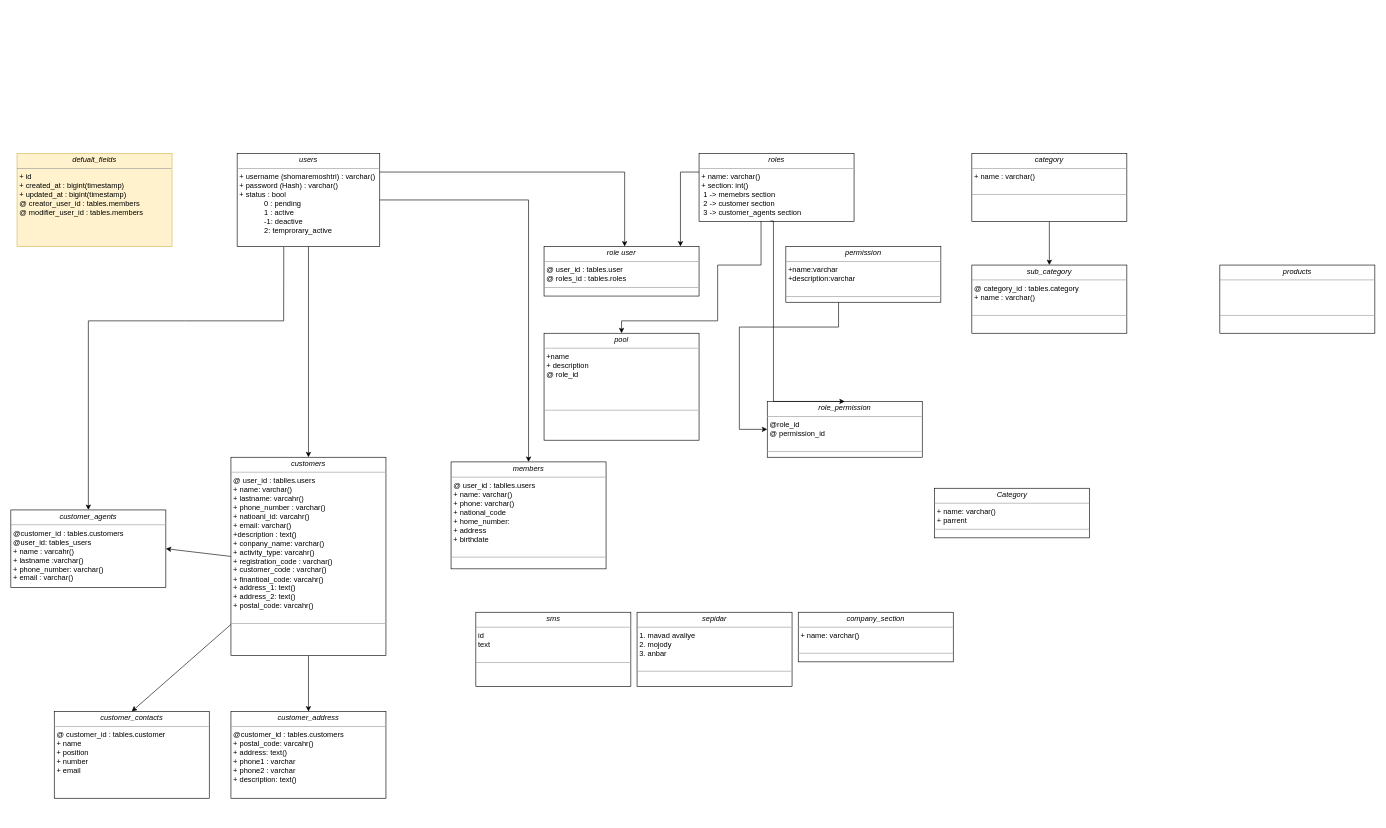
The draw.io diagram negarhak.drawio in MeysamRT76/negarhak-db-uml, before the edit. Source tidied: cells renumbered, new cells numbered last; positions are measured from the earlier drawing's top-left corner, leaving out a move shared by most shapes. Both pictures are drawn from the tidied source at 62%, with x=0, y=0 at pixel (11, 153).
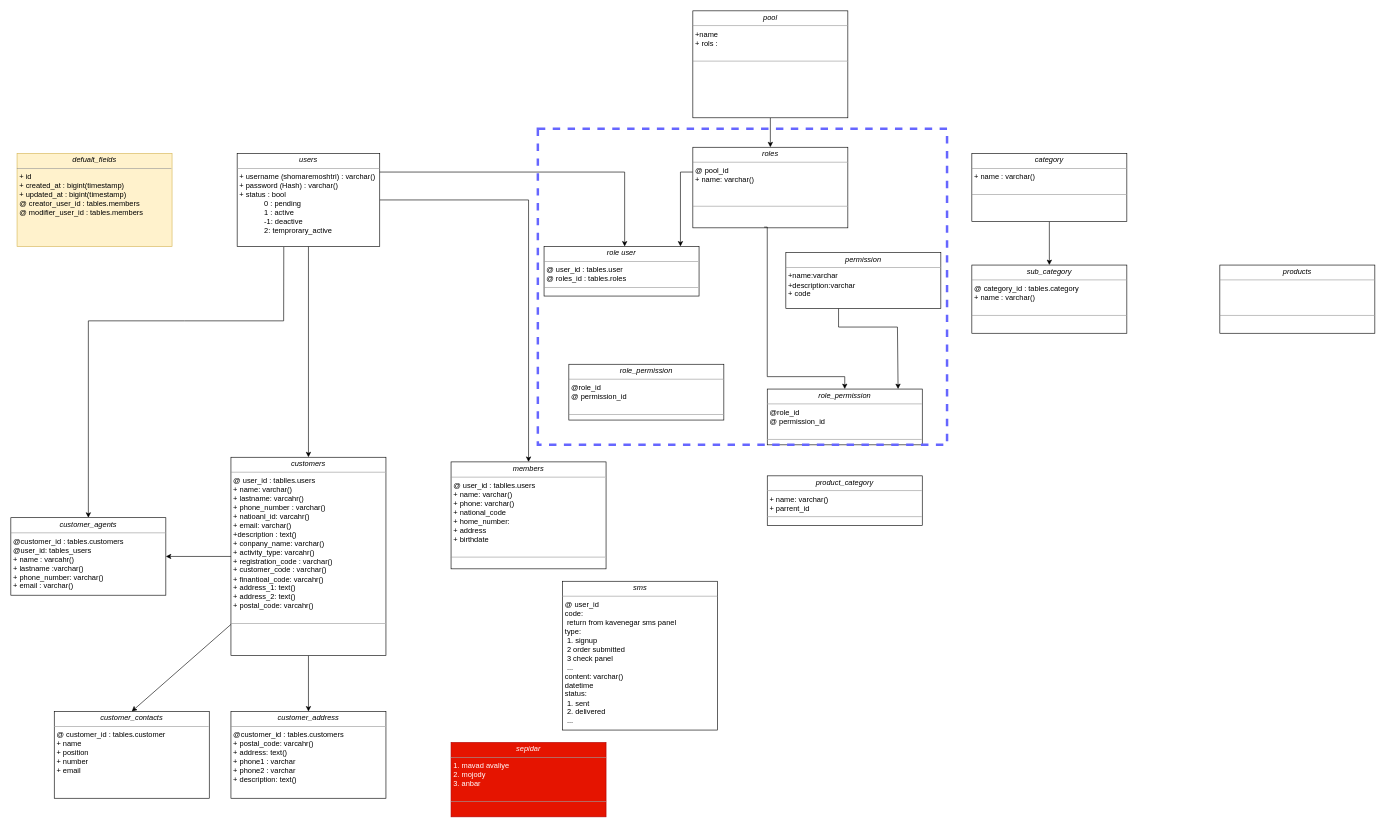
The same page after the edit.

What changed in the source:
```diff
@@
-    <mxCell id="8" value="&lt;p style=&quot;margin:0px;margin-top:4px;text-align:center;&quot;&gt;&lt;i&gt;roles&lt;/i&gt;&lt;/p&gt;&lt;hr size=&quot;1&quot;&gt;&lt;p style=&quot;margin:0px;margin-left:4px;&quot;&gt;&lt;span style=&quot;background-color: initial;&quot;&gt;+ name: varchar()&lt;/span&gt;&lt;/p&gt;&lt;p style=&quot;margin:0px;margin-left:4px;&quot;&gt;&lt;span style=&quot;background-color: initial;&quot;&gt;+ section: int()&lt;/span&gt;&lt;/p&gt;&lt;p style=&quot;margin:0px;margin-left:4px;&quot;&gt;&lt;span style=&quot;background-color: initial;&quot;&gt;&lt;span style=&quot;white-space: pre;&quot;&gt; &lt;/span&gt;1 -&amp;gt; memebrs section&lt;br&gt;&lt;/span&gt;&lt;/p&gt;&lt;p style=&quot;margin:0px;margin-left:4px;&quot;&gt;&lt;span style=&quot;background-color: initial;&quot;&gt;&lt;span style=&quot;white-space: pre;&quot;&gt; &lt;/span&gt;2 -&amp;gt; customer section&lt;br&gt;&lt;/span&gt;&lt;/p&gt;&lt;p style=&quot;margin:0px;margin-left:4px;&quot;&gt;&lt;span style=&quot;background-color: initial;&quot;&gt;&lt;span style=&quot;white-space: pre;&quot;&gt; &lt;/span&gt;3 -&amp;gt; customer_agents section&lt;br&gt;&lt;/span&gt;&lt;/p&gt;&lt;p style=&quot;margin:0px;margin-left:4px;&quot;&gt;&lt;br&gt;&lt;/p&gt;&lt;hr size=&quot;1&quot;&gt;&lt;p style=&quot;margin:0px;margin-left:4px;&quot;&gt;&lt;br&gt;&lt;/p&gt;" style="verticalAlign=top;align=left;overflow=fill;fontSize=12;fontFamily=Helvetica;html=1;rounded=0;shadow=0;comic=0;labelBackgroundColor=none;strokeWidth=1;" parent="1" vertex="1">
-      <mxGeometry x="1110" width="250" height="110" as="geometry" />
+    <mxCell id="8" value="&lt;p style=&quot;margin:0px;margin-top:4px;text-align:center;&quot;&gt;&lt;i&gt;roles&lt;/i&gt;&lt;/p&gt;&lt;hr size=&quot;1&quot;&gt;&lt;p style=&quot;margin:0px;margin-left:4px;&quot;&gt;&lt;span style=&quot;background-color: initial;&quot;&gt;@ pool_id&lt;/span&gt;&lt;/p&gt;&lt;p style=&quot;margin:0px;margin-left:4px;&quot;&gt;&lt;span style=&quot;background-color: initial;&quot;&gt;+ name: varchar()&lt;/span&gt;&lt;/p&gt;&lt;p style=&quot;margin:0px;margin-left:4px;&quot;&gt;&lt;br&gt;&lt;/p&gt;&lt;p style=&quot;margin:0px;margin-left:4px;&quot;&gt;&lt;br&gt;&lt;/p&gt;&lt;hr size=&quot;1&quot;&gt;&lt;p style=&quot;margin:0px;margin-left:4px;&quot;&gt;&lt;br&gt;&lt;/p&gt;" style="verticalAlign=top;align=left;overflow=fill;fontSize=12;fontFamily=Helvetica;html=1;rounded=0;shadow=0;comic=0;labelBackgroundColor=none;strokeWidth=1;" parent="1" vertex="1">
+      <mxGeometry x="1100" y="-10" width="250" height="130" as="geometry" />
     </mxCell>
@@
     <mxCell id="13" value="&lt;p style=&quot;margin:0px;margin-top:4px;text-align:center;&quot;&gt;&lt;i&gt;customer_agents&lt;/i&gt;&lt;/p&gt;&lt;hr size=&quot;1&quot;&gt;&lt;p style=&quot;margin:0px;margin-left:4px;&quot;&gt;@customer_id : tables.customers&lt;/p&gt;&lt;p style=&quot;margin:0px;margin-left:4px;&quot;&gt;@user_id: tables_users&lt;/p&gt;&lt;p style=&quot;margin:0px;margin-left:4px;&quot;&gt;+ name : varcahr()&lt;/p&gt;&lt;p style=&quot;margin:0px;margin-left:4px;&quot;&gt;+ lastname :varchar()&lt;/p&gt;&lt;p style=&quot;margin:0px;margin-left:4px;&quot;&gt;+ phone_number: varchar()&lt;/p&gt;&lt;p style=&quot;margin:0px;margin-left:4px;&quot;&gt;+ email : varchar()&lt;/p&gt;&lt;p style=&quot;margin:0px;margin-left:4px;&quot;&gt;&lt;br&gt;&lt;/p&gt;&lt;p style=&quot;margin:0px;margin-left:4px;&quot;&gt;&lt;br&gt;&lt;/p&gt;" style="verticalAlign=top;align=left;overflow=fill;fontSize=12;fontFamily=Helvetica;html=1;rounded=0;shadow=0;comic=0;labelBackgroundColor=none;strokeWidth=1;" parent="1" vertex="1">
-      <mxGeometry y="575" width="250" height="125" as="geometry" />
+      <mxGeometry y="587.5" width="250" height="125" as="geometry" />
     </mxCell>
@@
-    <mxCell id="21" value="&lt;p style=&quot;margin:0px;margin-top:4px;text-align:center;&quot;&gt;&lt;i&gt;company_section&lt;/i&gt;&lt;/p&gt;&lt;hr size=&quot;1&quot;&gt;&lt;p style=&quot;margin:0px;margin-left:4px;&quot;&gt;&lt;span style=&quot;background-color: initial;&quot;&gt;+ name: varchar()&lt;/span&gt;&lt;/p&gt;&lt;p style=&quot;margin:0px;margin-left:4px;&quot;&gt;&lt;br&gt;&lt;/p&gt;&lt;hr size=&quot;1&quot;&gt;&lt;p style=&quot;margin:0px;margin-left:4px;&quot;&gt;&lt;br&gt;&lt;/p&gt;" style="verticalAlign=top;align=left;overflow=fill;fontSize=12;fontFamily=Helvetica;html=1;rounded=0;shadow=0;comic=0;labelBackgroundColor=none;strokeWidth=1;" parent="1" vertex="1">
-      <mxGeometry x="1270" y="740" width="250" height="80" as="geometry" />
-    </mxCell>
-    <mxCell id="22" value="&lt;p style=&quot;margin:0px;margin-top:4px;text-align:center;&quot;&gt;&lt;i&gt;Category&lt;/i&gt;&lt;/p&gt;&lt;hr size=&quot;1&quot;&gt;&lt;p style=&quot;margin:0px;margin-left:4px;&quot;&gt;&lt;span style=&quot;background-color: initial;&quot;&gt;+ name: varchar()&lt;/span&gt;&lt;/p&gt;&lt;p style=&quot;margin:0px;margin-left:4px;&quot;&gt;+ parrent&lt;/p&gt;&lt;hr size=&quot;1&quot;&gt;&lt;p style=&quot;margin:0px;margin-left:4px;&quot;&gt;&lt;br&gt;&lt;/p&gt;" style="verticalAlign=top;align=left;overflow=fill;fontSize=12;fontFamily=Helvetica;html=1;rounded=0;shadow=0;comic=0;labelBackgroundColor=none;strokeWidth=1;" parent="1" vertex="1">
-      <mxGeometry x="1490" y="540" width="250" height="80" as="geometry" />
+    <mxCell id="22" value="&lt;p style=&quot;margin:0px;margin-top:4px;text-align:center;&quot;&gt;&lt;i&gt;product_category&lt;/i&gt;&lt;/p&gt;&lt;hr size=&quot;1&quot;&gt;&lt;p style=&quot;margin:0px;margin-left:4px;&quot;&gt;&lt;span style=&quot;background-color: initial;&quot;&gt;+ name: varchar()&lt;/span&gt;&lt;/p&gt;&lt;p style=&quot;margin:0px;margin-left:4px;&quot;&gt;+ parrent_id&lt;/p&gt;&lt;hr size=&quot;1&quot;&gt;&lt;p style=&quot;margin:0px;margin-left:4px;&quot;&gt;&lt;br&gt;&lt;/p&gt;" style="verticalAlign=top;align=left;overflow=fill;fontSize=12;fontFamily=Helvetica;html=1;rounded=0;shadow=0;comic=0;labelBackgroundColor=none;strokeWidth=1;" parent="1" vertex="1">
+      <mxGeometry x="1220" y="520" width="250" height="80" as="geometry" />
     </mxCell>
-    <mxCell id="23" value="&lt;p style=&quot;margin:0px;margin-top:4px;text-align:center;&quot;&gt;&lt;i&gt;sepidar&lt;/i&gt;&lt;/p&gt;&lt;hr size=&quot;1&quot;&gt;&lt;p style=&quot;margin:0px;margin-left:4px;&quot;&gt;1. mavad avaliye&lt;/p&gt;&lt;p style=&quot;margin:0px;margin-left:4px;&quot;&gt;2. mojody&lt;/p&gt;&lt;p style=&quot;margin:0px;margin-left:4px;&quot;&gt;3. anbar&lt;/p&gt;&lt;p style=&quot;margin:0px;margin-left:4px;&quot;&gt;&lt;br&gt;&lt;/p&gt;&lt;hr size=&quot;1&quot;&gt;&lt;p style=&quot;margin:0px;margin-left:4px;&quot;&gt;&lt;br&gt;&lt;/p&gt;" style="verticalAlign=top;align=left;overflow=fill;fontSize=12;fontFamily=Helvetica;html=1;rounded=0;shadow=0;comic=0;labelBackgroundColor=none;strokeWidth=1;" parent="1" vertex="1">
-      <mxGeometry x="1010" y="740" width="250" height="120" as="geometry" />
+    <mxCell id="23" value="&lt;p style=&quot;margin:0px;margin-top:4px;text-align:center;&quot;&gt;&lt;i&gt;sepidar&lt;/i&gt;&lt;/p&gt;&lt;hr size=&quot;1&quot;&gt;&lt;p style=&quot;margin:0px;margin-left:4px;&quot;&gt;1. mavad avaliye&lt;/p&gt;&lt;p style=&quot;margin:0px;margin-left:4px;&quot;&gt;2. mojody&lt;/p&gt;&lt;p style=&quot;margin:0px;margin-left:4px;&quot;&gt;3. anbar&lt;/p&gt;&lt;p style=&quot;margin:0px;margin-left:4px;&quot;&gt;&lt;br&gt;&lt;/p&gt;&lt;hr size=&quot;1&quot;&gt;&lt;p style=&quot;margin:0px;margin-left:4px;&quot;&gt;&lt;br&gt;&lt;/p&gt;" style="verticalAlign=top;align=left;overflow=fill;fontSize=12;fontFamily=Helvetica;html=1;rounded=0;shadow=0;comic=0;labelBackgroundColor=none;strokeWidth=1;fillColor=#e51400;fontColor=#ffffff;strokeColor=#B20000;" parent="1" vertex="1">
+      <mxGeometry x="710" y="950" width="250" height="120" as="geometry" />
     </mxCell>
-    <mxCell id="24" value="&lt;p style=&quot;margin:0px;margin-top:4px;text-align:center;&quot;&gt;&lt;i&gt;sms&lt;/i&gt;&lt;/p&gt;&lt;hr size=&quot;1&quot;&gt;&lt;p style=&quot;margin:0px;margin-left:4px;&quot;&gt;id&amp;nbsp;&lt;/p&gt;&lt;p style=&quot;margin:0px;margin-left:4px;&quot;&gt;text&lt;/p&gt;&lt;p style=&quot;margin:0px;margin-left:4px;&quot;&gt;&lt;br&gt;&lt;/p&gt;&lt;hr size=&quot;1&quot;&gt;&lt;p style=&quot;margin:0px;margin-left:4px;&quot;&gt;&lt;br&gt;&lt;/p&gt;" style="verticalAlign=top;align=left;overflow=fill;fontSize=12;fontFamily=Helvetica;html=1;rounded=0;shadow=0;comic=0;labelBackgroundColor=none;strokeWidth=1;" parent="1" vertex="1">
-      <mxGeometry x="750" y="740" width="250" height="120" as="geometry" />
+    <mxCell id="24" value="&lt;p style=&quot;margin:0px;margin-top:4px;text-align:center;&quot;&gt;&lt;i&gt;sms&lt;/i&gt;&lt;/p&gt;&lt;hr size=&quot;1&quot;&gt;&lt;p style=&quot;margin:0px;margin-left:4px;&quot;&gt;&lt;span style=&quot;background-color: initial;&quot;&gt;@ user_id&lt;/span&gt;&lt;/p&gt;&lt;p style=&quot;margin:0px;margin-left:4px;&quot;&gt;&lt;span style=&quot;background-color: initial;&quot;&gt;code:&amp;nbsp;&lt;/span&gt;&lt;br&gt;&lt;/p&gt;&lt;p style=&quot;margin:0px;margin-left:4px;&quot;&gt;&lt;span style=&quot;background-color: initial;&quot;&gt;&lt;span style=&quot;white-space: pre;&quot;&gt; &lt;/span&gt;return from kavenegar sms panel&lt;br&gt;&lt;/span&gt;&lt;/p&gt;&lt;p style=&quot;margin:0px;margin-left:4px;&quot;&gt;&lt;span style=&quot;background-color: initial;&quot;&gt;type:&amp;nbsp;&lt;/span&gt;&lt;/p&gt;&lt;p style=&quot;margin:0px;margin-left:4px;&quot;&gt;&lt;span style=&quot;background-color: initial;&quot;&gt;&lt;span style=&quot;white-space: pre;&quot;&gt; &lt;/span&gt;1. signup&lt;br&gt;&lt;/span&gt;&lt;/p&gt;&lt;p style=&quot;margin:0px;margin-left:4px;&quot;&gt;&lt;span style=&quot;background-color: initial;&quot;&gt;&lt;span style=&quot;white-space: pre;&quot;&gt; &lt;/span&gt;2 order submitted&lt;br&gt;&lt;/span&gt;&lt;/p&gt;&lt;p style=&quot;margin:0px;margin-left:4px;&quot;&gt;&lt;span style=&quot;background-color: initial;&quot;&gt;&lt;span style=&quot;white-space: pre;&quot;&gt; &lt;/span&gt;3 check panel&lt;br&gt;&lt;/span&gt;&lt;/p&gt;&lt;p style=&quot;margin:0px;margin-left:4px;&quot;&gt;&lt;span style=&quot;background-color: initial;&quot;&gt;&lt;span style=&quot;white-space: pre;&quot;&gt; &lt;/span&gt;...&lt;br&gt;&lt;/span&gt;&lt;/p&gt;&lt;p style=&quot;margin:0px;margin-left:4px;&quot;&gt;content: varchar()&lt;/p&gt;&lt;p style=&quot;margin:0px;margin-left:4px;&quot;&gt;datetime&lt;/p&gt;&lt;p style=&quot;margin:0px;margin-left:4px;&quot;&gt;status:&lt;/p&gt;&lt;p style=&quot;margin:0px;margin-left:4px;&quot;&gt;&lt;span style=&quot;white-space: pre;&quot;&gt; &lt;/span&gt;1. sent&lt;br&gt;&lt;/p&gt;&lt;p style=&quot;margin:0px;margin-left:4px;&quot;&gt;&lt;span style=&quot;white-space: pre;&quot;&gt; &lt;/span&gt;2. delivered&lt;br&gt;&lt;/p&gt;&lt;p style=&quot;margin:0px;margin-left:4px;&quot;&gt;&lt;span style=&quot;white-space: pre;&quot;&gt; &lt;/span&gt;...&lt;br&gt;&lt;/p&gt;&lt;p style=&quot;margin:0px;margin-left:4px;&quot;&gt;&lt;br&gt;&lt;/p&gt;&lt;p style=&quot;margin:0px;margin-left:4px;&quot;&gt;&lt;br&gt;&lt;/p&gt;&lt;p style=&quot;margin:0px;margin-left:4px;&quot;&gt;&lt;br&gt;&lt;/p&gt;&lt;hr size=&quot;1&quot;&gt;&lt;p style=&quot;margin:0px;margin-left:4px;&quot;&gt;&lt;br&gt;&lt;/p&gt;" style="verticalAlign=top;align=left;overflow=fill;fontSize=12;fontFamily=Helvetica;html=1;rounded=0;shadow=0;comic=0;labelBackgroundColor=none;strokeWidth=1;" parent="1" vertex="1">
+      <mxGeometry x="890" y="690" width="250" height="240" as="geometry" />
     </mxCell>
@@
-    <mxCell id="27" style="edgeStyle=orthogonalEdgeStyle;rounded=0;jettySize=auto;html=1;" parent="1" edge="1" source="28" target="29">
+    <mxCell id="27" style="edgeStyle=orthogonalEdgeStyle;rounded=0;jettySize=auto;html=1;entryX=0.844;entryY=0;entryDx=0;entryDy=0;entryPerimeter=0;" parent="1" edge="1" source="28" target="29">
       <mxGeometry relative="1" as="geometry">
         <Array as="points">
           <mxPoint x="1335" y="280" />
-          <mxPoint x="1175" y="280" />
+          <mxPoint x="1430" y="280" />
         </Array>
       </mxGeometry>
     </mxCell>
-    <mxCell id="28" value="&lt;p style=&quot;margin:0px;margin-top:4px;text-align:center;&quot;&gt;&lt;i&gt;permission&lt;/i&gt;&lt;/p&gt;&lt;hr size=&quot;1&quot;&gt;&lt;p style=&quot;margin:0px;margin-left:4px;&quot;&gt;+name:varchar&lt;/p&gt;&lt;p style=&quot;margin:0px;margin-left:4px;&quot;&gt;+description:varchar&lt;/p&gt;&lt;p style=&quot;margin:0px;margin-left:4px;&quot;&gt;&lt;br&gt;&lt;/p&gt;&lt;hr size=&quot;1&quot;&gt;&lt;p style=&quot;margin:0px;margin-left:4px;&quot;&gt;&lt;br&gt;&lt;/p&gt;" style="verticalAlign=top;align=left;overflow=fill;fontSize=12;fontFamily=Helvetica;html=1;rounded=0;shadow=0;comic=0;labelBackgroundColor=none;strokeWidth=1;" parent="1" vertex="1">
-      <mxGeometry x="1250" y="150" width="250" height="90" as="geometry" />
+    <mxCell id="28" value="&lt;p style=&quot;margin:0px;margin-top:4px;text-align:center;&quot;&gt;&lt;i&gt;permission&lt;/i&gt;&lt;/p&gt;&lt;hr size=&quot;1&quot;&gt;&lt;p style=&quot;margin:0px;margin-left:4px;&quot;&gt;+name:varchar&lt;/p&gt;&lt;p style=&quot;margin:0px;margin-left:4px;&quot;&gt;+description:varchar&lt;/p&gt;&lt;p style=&quot;margin:0px;margin-left:4px;&quot;&gt;+ code&lt;/p&gt;&lt;p style=&quot;margin:0px;margin-left:4px;&quot;&gt;&lt;br&gt;&lt;/p&gt;&lt;hr size=&quot;1&quot;&gt;&lt;p style=&quot;margin:0px;margin-left:4px;&quot;&gt;&lt;br&gt;&lt;/p&gt;" style="verticalAlign=top;align=left;overflow=fill;fontSize=12;fontFamily=Helvetica;html=1;rounded=0;shadow=0;comic=0;labelBackgroundColor=none;strokeWidth=1;" parent="1" vertex="1">
+      <mxGeometry x="1250" y="160" width="250" height="90" as="geometry" />
     </mxCell>
     <mxCell id="29" value="&lt;p style=&quot;margin:0px;margin-top:4px;text-align:center;&quot;&gt;&lt;i&gt;role_permission&lt;/i&gt;&lt;/p&gt;&lt;hr size=&quot;1&quot;&gt;&lt;p style=&quot;margin:0px;margin-left:4px;&quot;&gt;@role_id&lt;/p&gt;&lt;p style=&quot;margin:0px;margin-left:4px;&quot;&gt;@ permission_id&lt;/p&gt;&lt;p style=&quot;margin:0px;margin-left:4px;&quot;&gt;&lt;br&gt;&lt;/p&gt;&lt;hr size=&quot;1&quot;&gt;&lt;p style=&quot;margin:0px;margin-left:4px;&quot;&gt;&lt;br&gt;&lt;/p&gt;" style="verticalAlign=top;align=left;overflow=fill;fontSize=12;fontFamily=Helvetica;html=1;rounded=0;shadow=0;comic=0;labelBackgroundColor=none;strokeWidth=1;" parent="1" vertex="1">
-      <mxGeometry x="1220" y="400" width="250" height="90" as="geometry" />
+      <mxGeometry x="1220" y="380" width="250" height="90" as="geometry" />
     </mxCell>
     <mxCell id="30" style="edgeStyle=orthogonalEdgeStyle;rounded=0;jettySize=auto;html=1;exitX=0.46;exitY=0.991;exitDx=0;exitDy=0;exitPerimeter=0;entryX=0.5;entryY=0;entryDx=0;entryDy=0;" parent="1" edge="1" source="8" target="29">
       <mxGeometry relative="1" as="geometry">
         <Array as="points">
-          <mxPoint x="1230" y="109" />
-          <mxPoint x="1230" y="400" />
+          <mxPoint x="1220" y="119" />
+          <mxPoint x="1220" y="360" />
+          <mxPoint x="1345" y="360" />
         </Array>
       </mxGeometry>
     </mxCell>
+    <mxCell id="33" style="edgeStyle=orthogonalEdgeStyle;rounded=0;jettySize=auto;html=1;" parent="1" edge="1" source="31" target="8">
+      <mxGeometry relative="1" as="geometry" />
+    </mxCell>
-    <mxCell id="31" value="&lt;p style=&quot;margin:0px;margin-top:4px;text-align:center;&quot;&gt;&lt;i&gt;pool&lt;/i&gt;&lt;/p&gt;&lt;hr size=&quot;1&quot;&gt;&lt;p style=&quot;margin:0px;margin-left:4px;&quot;&gt;+name&lt;/p&gt;&lt;p style=&quot;margin:0px;margin-left:4px;&quot;&gt;+ description&lt;/p&gt;&lt;p style=&quot;margin:0px;margin-left:4px;&quot;&gt;@ role_id&lt;/p&gt;&lt;p style=&quot;margin:0px;margin-left:4px;&quot;&gt;&lt;br&gt;&lt;/p&gt;&lt;p style=&quot;margin:0px;margin-left:4px;&quot;&gt;&lt;br&gt;&lt;/p&gt;&lt;p style=&quot;margin:0px;margin-left:4px;&quot;&gt;&lt;br&gt;&lt;/p&gt;&lt;hr size=&quot;1&quot;&gt;&lt;p style=&quot;margin:0px;margin-left:4px;&quot;&gt;&lt;br&gt;&lt;/p&gt;" style="verticalAlign=top;align=left;overflow=fill;fontSize=12;fontFamily=Helvetica;html=1;rounded=0;shadow=0;comic=0;labelBackgroundColor=none;strokeWidth=1;" parent="1" vertex="1">
-      <mxGeometry x="860" y="290" width="250" height="172.5" as="geometry" />
+    <mxCell id="31" value="&lt;p style=&quot;margin:0px;margin-top:4px;text-align:center;&quot;&gt;&lt;i&gt;pool&lt;/i&gt;&lt;/p&gt;&lt;hr size=&quot;1&quot;&gt;&lt;p style=&quot;margin:0px;margin-left:4px;&quot;&gt;+name&lt;/p&gt;&lt;p style=&quot;margin:0px;margin-left:4px;&quot;&gt;+ rols :&amp;nbsp;&lt;/p&gt;&lt;p style=&quot;margin:0px;margin-left:4px;&quot;&gt;&lt;br&gt;&lt;/p&gt;&lt;hr size=&quot;1&quot;&gt;&lt;p style=&quot;margin:0px;margin-left:4px;&quot;&gt;&lt;br&gt;&lt;/p&gt;" style="verticalAlign=top;align=left;overflow=fill;fontSize=12;fontFamily=Helvetica;html=1;rounded=0;shadow=0;comic=0;labelBackgroundColor=none;strokeWidth=1;" parent="1" vertex="1">
+      <mxGeometry x="1100" y="-230" width="250" height="172.5" as="geometry" />
     </mxCell>
-    <mxCell id="32" style="edgeStyle=orthogonalEdgeStyle;rounded=0;jettySize=auto;html=1;exitX=0.4;exitY=0.991;exitDx=0;exitDy=0;exitPerimeter=0;entryX=0.5;entryY=0;entryDx=0;entryDy=0;" parent="1" edge="1" source="8" target="31">
-      <mxGeometry relative="1" as="geometry">
-        <Array as="points">
-          <mxPoint x="1210" y="180" />
-          <mxPoint x="1140" y="180" />
-          <mxPoint x="1140" y="270" />
-          <mxPoint x="985" y="270" />
-        </Array>
-      </mxGeometry>
-    </mxCell>
+    <mxCell id="34" value="&lt;p style=&quot;margin:0px;margin-top:4px;text-align:center;&quot;&gt;&lt;i&gt;role_permission&lt;/i&gt;&lt;/p&gt;&lt;hr size=&quot;1&quot;&gt;&lt;p style=&quot;margin:0px;margin-left:4px;&quot;&gt;@role_id&lt;/p&gt;&lt;p style=&quot;margin:0px;margin-left:4px;&quot;&gt;@ permission_id&lt;/p&gt;&lt;p style=&quot;margin:0px;margin-left:4px;&quot;&gt;&lt;br&gt;&lt;/p&gt;&lt;hr size=&quot;1&quot;&gt;&lt;p style=&quot;margin:0px;margin-left:4px;&quot;&gt;&lt;br&gt;&lt;/p&gt;" style="verticalAlign=top;align=left;overflow=fill;fontSize=12;fontFamily=Helvetica;html=1;rounded=0;shadow=0;comic=0;labelBackgroundColor=none;strokeWidth=1;" parent="1" vertex="1">
+      <mxGeometry x="900" y="340" width="250" height="90" as="geometry" />
+    </mxCell>
+    <mxCell id="35" style="rounded=0;whiteSpace=wrap;html=1;fillColor=none;fontColor=#ffffff;strokeColor=#6666FF;dashed=1;strokeWidth=4;" parent="1" vertex="1">
+      <mxGeometry x="850" y="-40" width="660" height="510" as="geometry" />
+    </mxCell>
```
